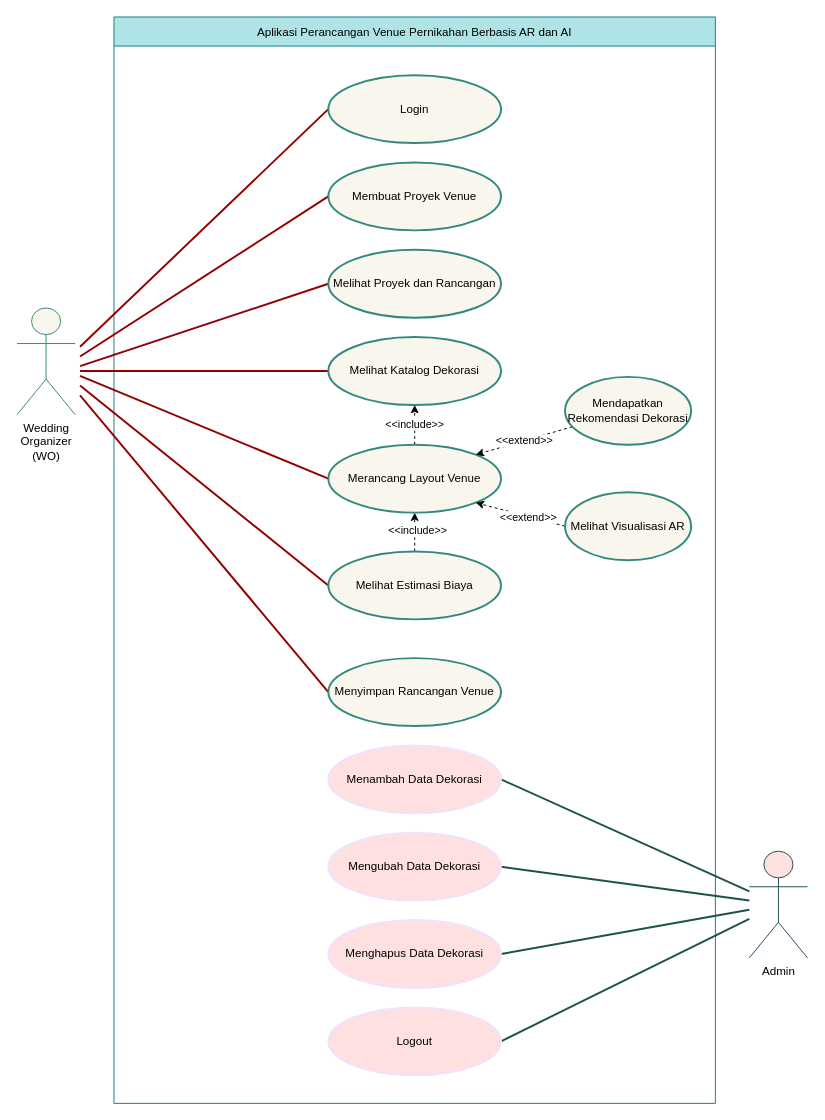
Before: Diagram WedSpace.drawio in chuubio/WedSpace, a draw.io diagram. Source tidied: cells renumbered, new cells numbered last; positions are measured from the earlier drawing's top-left corner, leaving out a move shared by most shapes. Both pictures are drawn from the tidied source at 97%, with x=0, y=0 at pixel (16, 16).
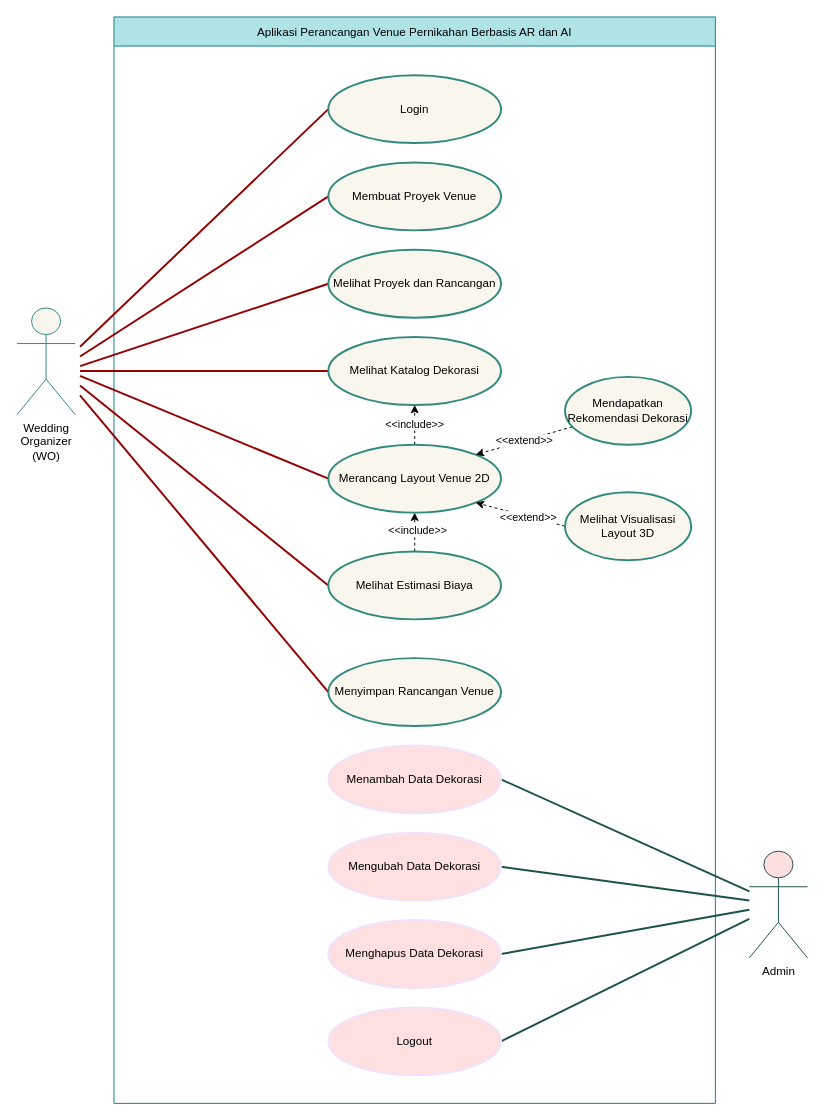
The same diagram, later.

The edit, as a diff of the source:
```diff
@@
-    <mxCell id="14" value="Merancang Layout Venue" style="ellipse;whiteSpace=wrap;html=1;shapeInside=1;fontFamily=Helvetica;fillColor=#f9f7ed;strokeColor=#328A7F;strokeWidth=2;" parent="1" vertex="1">
+    <mxCell id="14" value="Merancang Layout Venue 2D" style="ellipse;whiteSpace=wrap;html=1;shapeInside=1;fontFamily=Helvetica;fillColor=#f9f7ed;strokeColor=#328A7F;strokeWidth=2;" parent="1" vertex="1">
       <mxGeometry x="321" y="441" width="178" height="70" as="geometry" />
     </mxCell>
@@
-    <mxCell id="19" value="Melihat Visualisasi AR" style="ellipse;whiteSpace=wrap;html=1;shapeInside=1;fontFamily=Helvetica;fillColor=#f9f7ed;strokeColor=#328A7F;strokeWidth=2;align=center;verticalAlign=middle;fontSize=12;fontColor=default;" parent="1" vertex="1">
+    <mxCell id="19" value="Melihat Visualisasi Layout 3D" style="ellipse;whiteSpace=wrap;html=1;shapeInside=1;fontFamily=Helvetica;fillColor=#f9f7ed;strokeColor=#328A7F;strokeWidth=2;align=center;verticalAlign=middle;fontSize=12;fontColor=default;" parent="1" vertex="1">
       <mxGeometry x="565" y="490" width="130" height="70" as="geometry" />
     </mxCell>
```
